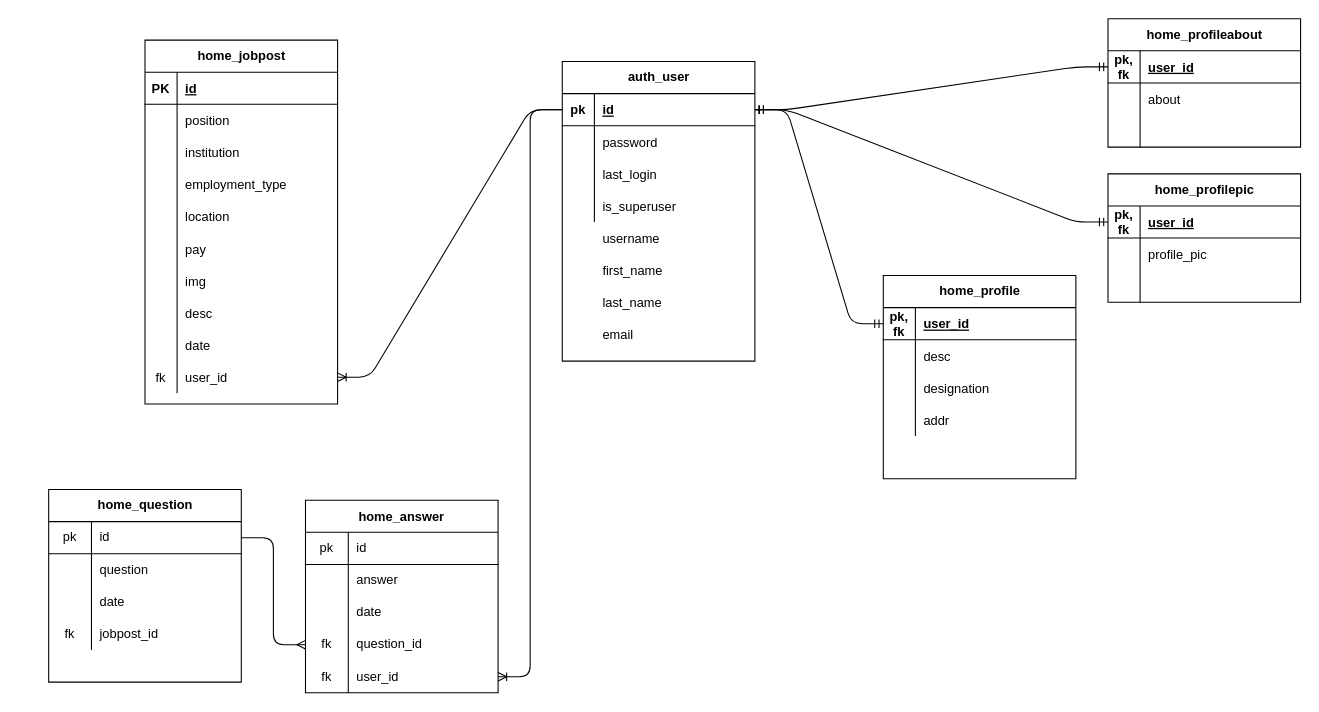
Earlier version of the draw.io diagram Untitled Diagram.drawio (musakazem/recruit_web). Source tidied: cells renumbered, new cells numbered last; positions are measured from the earlier drawing's top-left corner, leaving out a move shared by most shapes. Both pictures are drawn from the tidied source at 107%, with x=0, y=0 at pixel (48, 18).
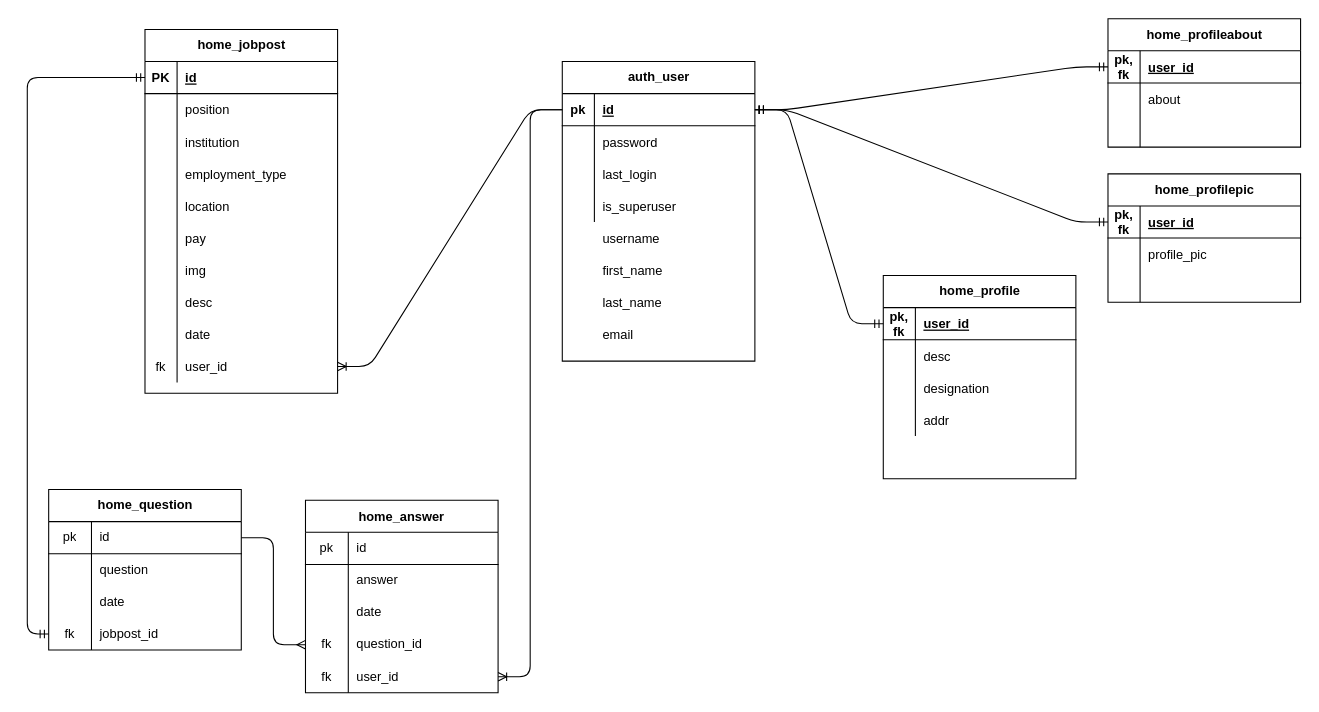
The same page after the edit.

Unchanged cells that the change refers to:
```xml
<mxCell id="29" style="shape=partialRectangle;html=1;whiteSpace=wrap;fillColor=none;top=0;left=0;bottom=0;right=0;points=[[0,0.5],[1,0.5]];portConstraint=eastwest;" parent="19" vertex="1">
  <mxGeometry y="120" width="180" height="30" as="geometry" />
</mxCell>
<mxCell id="87" style="shape=partialRectangle;fillColor=none;top=0;left=0;bottom=1;right=0;points=[[0,0.5],[1,0.5]];portConstraint=eastwest;" parent="86" vertex="1">
  <mxGeometry y="30" width="180" height="30" as="geometry" />
</mxCell>
```

Change to the diagram source:
```diff
@@
     <mxCell id="19" value="home_question" style="shape=table;startSize=30;childLayout=tableLayout;rowLines=0;fontStyle=1;align=center;fillColor=none;html=1;" parent="1" vertex="1">
-      <mxGeometry y="440" width="180" height="180" as="geometry" />
+      <mxGeometry y="440" width="180" height="150" as="geometry" />
     </mxCell>
@@
     <mxCell id="86" value="home_jobpost" style="shape=table;startSize=30;childLayout=tableLayout;rowLines=0;fontStyle=1;align=center;fillColor=none;html=1;" parent="1" vertex="1">
-      <mxGeometry x="90" y="20" width="180" height="340" as="geometry" />
+      <mxGeometry x="90" y="10" width="180" height="340" as="geometry" />
     </mxCell>
@@
+    <mxCell id="118" style="edgeStyle=orthogonalEdgeStyle;fontSize=12;html=1;endArrow=ERmandOne;startArrow=ERmandOne;exitX=0;exitY=0.5;exitDx=0;exitDy=0;entryX=0;entryY=0.5;entryDx=0;entryDy=0;" parent="1" edge="1" source="29" target="87">
+      <mxGeometry relative="1" as="geometry">
+        <Array as="points">
+          <mxPoint x="-20" y="575" />
+          <mxPoint x="-20" y="55" />
+        </Array>
+      </mxGeometry>
+    </mxCell>
```
